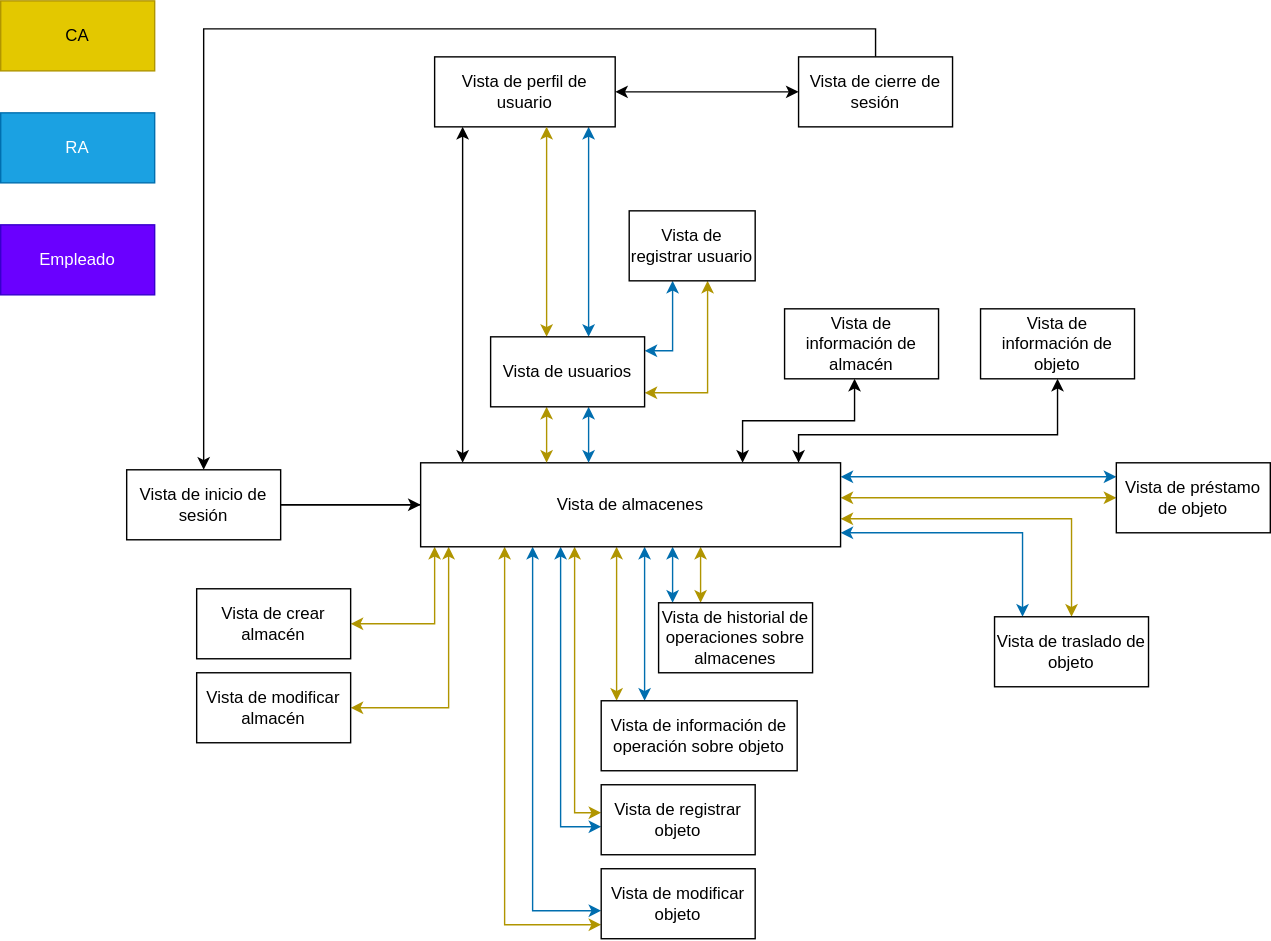
Earlier version of the draw.io export Diagramas/Diagrama de navegación.svg (Emilio-115/Proyecto-IR-G2-12). Source tidied: cells renumbered, new cells last; positions are measured from the earlier drawing's top-left corner, leaving out a move shared by most shapes.
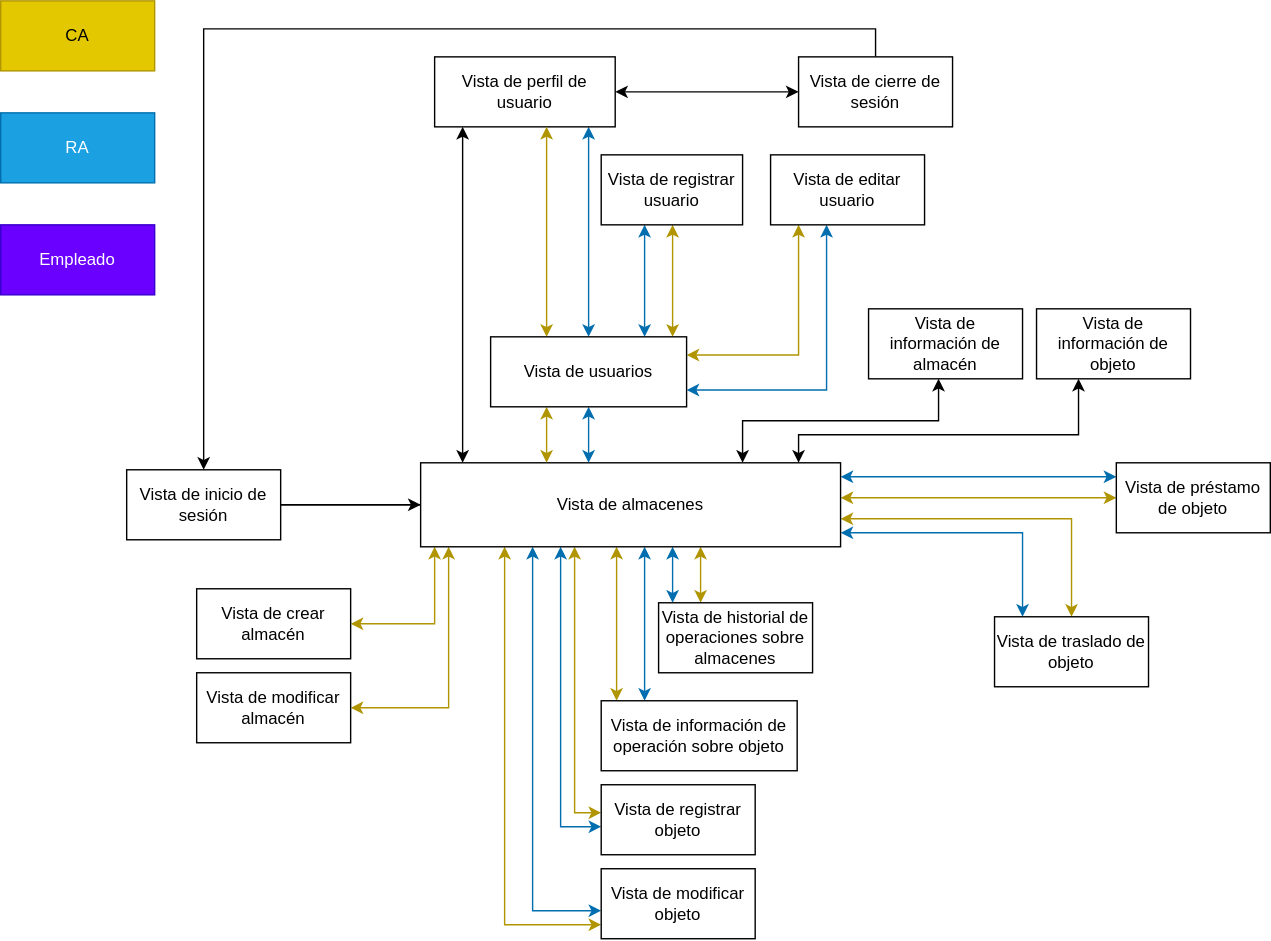
After the commit.

Commit message:
Diagrama final hasta que diga que lo corrijamos

What changed in the source:
```diff
@@ -51,7 +51,7 @@
       <mxGeometry relative="1" as="geometry">
         <Array as="points">
           <mxPoint x="570" y="310" />
-          <mxPoint x="755" y="310" />
+          <mxPoint x="770" y="310" />
         </Array>
       </mxGeometry>
     </mxCell>
@@ -105,7 +105,7 @@
       <mxGeometry relative="1" as="geometry">
         <Array as="points">
           <mxPoint x="530" y="300" />
-          <mxPoint x="610" y="300" />
+          <mxPoint x="670" y="300" />
         </Array>
       </mxGeometry>
     </mxCell>
@@ -198,19 +198,35 @@
     <mxCell id="34" style="edgeStyle=orthogonalEdgeStyle;rounded=0;jettySize=auto;html=1;startArrow=classic;startFill=1;fillColor=#1ba1e2;strokeColor=#006EAF;" parent="1" edge="1" source="36" target="44">
       <mxGeometry relative="1" as="geometry">
         <Array as="points">
-          <mxPoint x="480" y="250" />
+          <mxPoint x="460" y="200" />
+          <mxPoint x="460" y="200" />
         </Array>
       </mxGeometry>
     </mxCell>
     <mxCell id="35" style="edgeStyle=orthogonalEdgeStyle;rounded=0;jettySize=auto;html=1;fillColor=#e3c800;strokeColor=#B09500;startArrow=classic;startFill=1;" parent="1" edge="1" source="36" target="44">
       <mxGeometry relative="1" as="geometry">
         <Array as="points">
-          <mxPoint x="505" y="280" />
+          <mxPoint x="480" y="210" />
+          <mxPoint x="480" y="210" />
         </Array>
       </mxGeometry>
     </mxCell>
+    <mxCell id="48" style="edgeStyle=orthogonalEdgeStyle;rounded=0;jettySize=auto;html=1;startArrow=classic;startFill=1;fillColor=#e3c800;strokeColor=#B09500;" parent="1" edge="1" source="36" target="50">
+      <mxGeometry relative="1" as="geometry">
+        <Array as="points">
+          <mxPoint x="570" y="253" />
+        </Array>
+      </mxGeometry>
+    </mxCell>
+    <mxCell id="49" style="edgeStyle=orthogonalEdgeStyle;rounded=0;jettySize=auto;html=1;startArrow=classic;startFill=1;fillColor=#1ba1e2;strokeColor=#006EAF;" parent="1" edge="1" source="36" target="50">
+      <mxGeometry relative="1" as="geometry">
+        <Array as="points">
+          <mxPoint x="590" y="278" />
+        </Array>
+      </mxGeometry>
+    </mxCell>
     <mxCell id="36" value="Vista de usuarios" style="html=1;whiteSpace=wrap;" parent="1" vertex="1">
-      <mxGeometry x="350" y="240" width="110" height="50" as="geometry" />
+      <mxGeometry x="350" y="240" width="140" height="50" as="geometry" />
     </mxCell>
     <mxCell id="37" value="Vista de crear almacén" style="html=1;whiteSpace=wrap;" parent="1" vertex="1">
       <mxGeometry x="140" y="420" width="110" height="50" as="geometry" />
@@ -225,7 +241,7 @@
       <mxGeometry x="429" y="620" width="110" height="50" as="geometry" />
     </mxCell>
     <mxCell id="41" value="Vista de información de objeto" style="html=1;whiteSpace=wrap;" parent="1" vertex="1">
-      <mxGeometry x="700" y="220" width="110" height="50" as="geometry" />
+      <mxGeometry x="740" y="220" width="110" height="50" as="geometry" />
     </mxCell>
     <mxCell id="42" value="Vista de información de operación sobre objeto" style="html=1;whiteSpace=wrap;" parent="1" vertex="1">
       <mxGeometry x="429" y="500" width="140" height="50" as="geometry" />
@@ -234,10 +250,10 @@
       <mxGeometry x="470" y="430" width="110" height="50" as="geometry" />
     </mxCell>
     <mxCell id="44" value="Vista de registrar usuario" style="html=1;whiteSpace=wrap;" parent="1" vertex="1">
-      <mxGeometry x="449" y="150" width="90" height="50" as="geometry" />
+      <mxGeometry x="429" y="110" width="101" height="50" as="geometry" />
     </mxCell>
     <mxCell id="45" value="Vista de información de almacén" style="html=1;whiteSpace=wrap;" parent="1" vertex="1">
-      <mxGeometry x="560" y="220" width="110" height="50" as="geometry" />
+      <mxGeometry x="620" y="220" width="110" height="50" as="geometry" />
     </mxCell>
     <mxCell id="46" value="Vista de préstamo de objeto" style="html=1;whiteSpace=wrap;" parent="1" vertex="1">
       <mxGeometry x="797" y="330" width="110" height="50" as="geometry" />
@@ -245,5 +261,8 @@
     <mxCell id="47" value="Vista de traslado de objeto" style="html=1;whiteSpace=wrap;" parent="1" vertex="1">
       <mxGeometry x="710" y="440" width="110" height="50" as="geometry" />
     </mxCell>
+    <mxCell id="50" value="Vista de editar usuario" style="html=1;whiteSpace=wrap;" parent="1" vertex="1">
+      <mxGeometry x="550" y="110" width="110" height="50" as="geometry" />
+    </mxCell>
   </root>
 </mxGraphModel>
```
